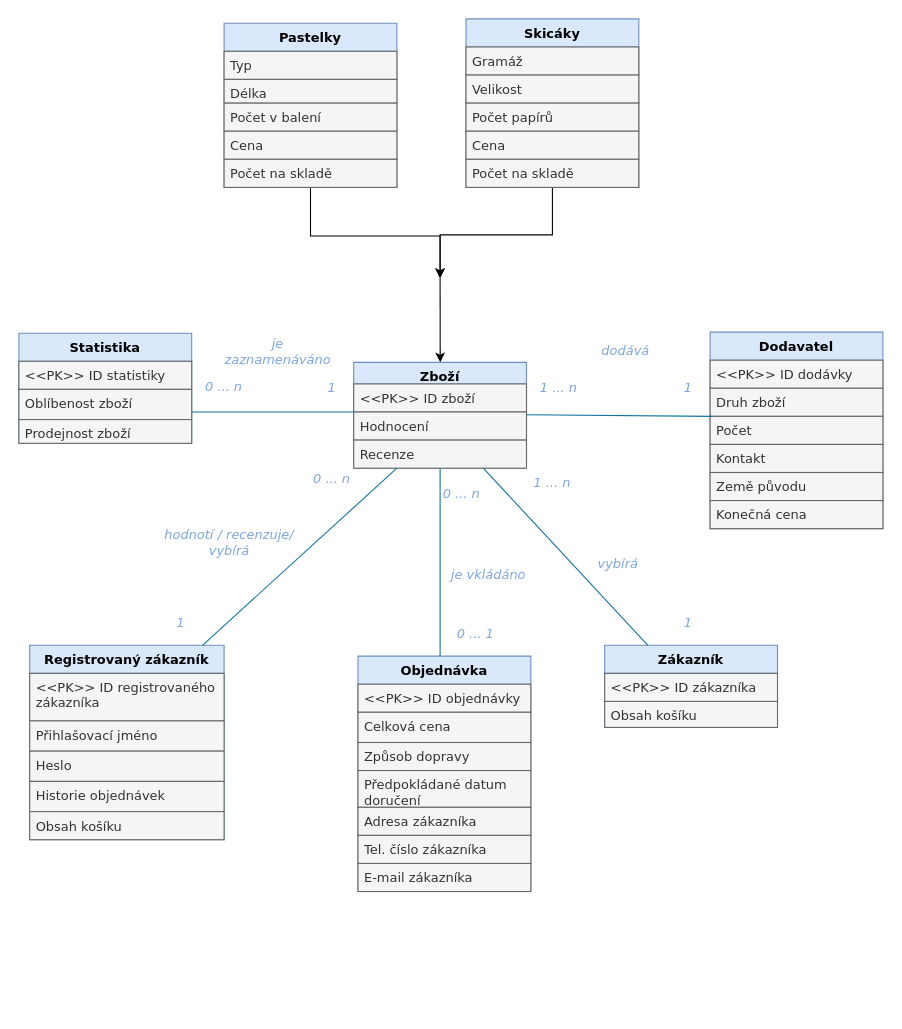
This is ERdiagram.drawio from taiyo-harenohi/IUS, a draw.io file, before an edit. Source tidied: cells renumbered, new cells numbered last; positions are measured from the earlier drawing's top-left corner, leaving out a move shared by most shapes. Both pictures are drawn from the tidied source at 108%, with x=0, y=0 at pixel (18, 18).
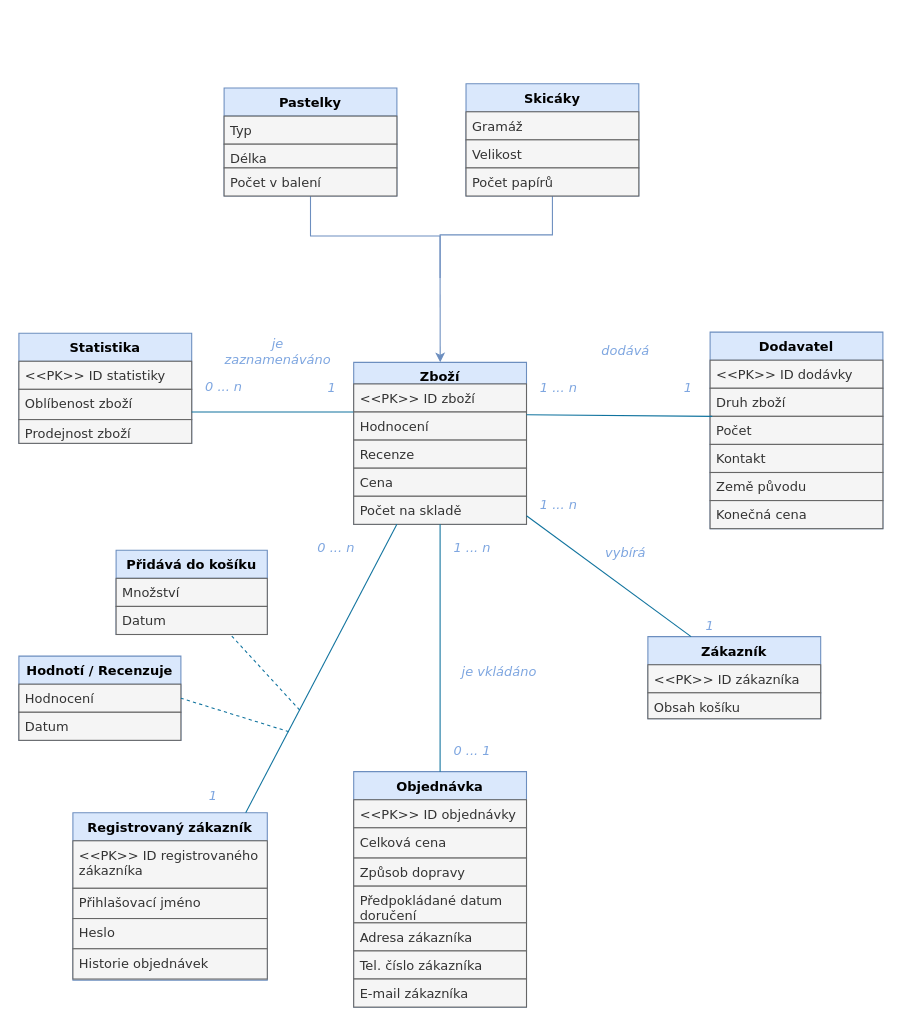
The same page after the edit.

Change to the diagram source:
```diff
@@
     <mxCell id="2" value="Zboží" style="swimlane;fontStyle=1;align=center;verticalAlign=top;horizontal=1;startSize=20;rounded=0;shadow=0;strokeWidth=1;fillColor=#dae8fc;strokeColor=#6c8ebf;fontFamily=Verdana;" parent="1" vertex="1">
-      <mxGeometry x="310" y="318" width="160" height="98" as="geometry" />
+      <mxGeometry x="310" y="318" width="160" height="150" as="geometry" />
     </mxCell>
@@
+    <mxCell id="11" value="Cena" style="text;align=left;verticalAlign=top;spacingLeft=4;spacingRight=4;overflow=hidden;fillColor=#f5f5f5;strokeColor=#666666;fontColor=#333333;fontFamily=Verdana;" parent="2" vertex="1">
+      <mxGeometry y="98" width="160" height="26" as="geometry" />
+    </mxCell>
+    <mxCell id="12" value="Počet na skladě" style="text;align=left;verticalAlign=top;spacingLeft=4;spacingRight=4;overflow=hidden;fillColor=#f5f5f5;strokeColor=#666666;fontColor=#333333;fontFamily=Verdana;" parent="2" vertex="1">
+      <mxGeometry y="124" width="160" height="26" as="geometry" />
+    </mxCell>
-    <mxCell id="6" style="edgeStyle=orthogonalEdgeStyle;rounded=0;jettySize=auto;html=1;exitX=0.5;exitY=1;exitDx=0;exitDy=0;" parent="1" edge="1" source="7">
+    <mxCell id="6" style="edgeStyle=orthogonalEdgeStyle;rounded=0;jettySize=auto;html=1;exitX=0.5;exitY=1;exitDx=0;exitDy=0;fillColor=#dae8fc;strokeColor=#6c8ebf;endArrow=none;endFill=0;" parent="1" edge="1" source="7">
       <mxGeometry relative="1" as="geometry">
         <mxPoint x="390" y="240" as="targetPoint" />
         <Array as="points">
           <mxPoint x="270" y="201" />
           <mxPoint x="390" y="201" />
         </Array>
       </mxGeometry>
     </mxCell>
     <mxCell id="7" value="Pastelky" style="swimlane;fontStyle=1;align=center;verticalAlign=top;horizontal=1;startSize=26;rounded=0;shadow=0;strokeWidth=1;fillColor=#dae8fc;strokeColor=#6c8ebf;fontFamily=Verdana;" parent="1" vertex="1">
-      <mxGeometry x="190" y="4" width="160" height="152" as="geometry" />
+      <mxGeometry x="190" y="64" width="160" height="100" as="geometry" />
     </mxCell>
@@
-    <mxCell id="11" value="Cena" style="text;align=left;verticalAlign=top;spacingLeft=4;spacingRight=4;overflow=hidden;fillColor=#f5f5f5;strokeColor=#666666;fontColor=#333333;fontFamily=Verdana;" parent="7" vertex="1">
-      <mxGeometry y="100" width="160" height="26" as="geometry" />
-    </mxCell>
-    <mxCell id="12" value="Počet na skladě" style="text;align=left;verticalAlign=top;spacingLeft=4;spacingRight=4;overflow=hidden;fillColor=#f5f5f5;strokeColor=#666666;fontColor=#333333;fontFamily=Verdana;" parent="7" vertex="1">
-      <mxGeometry y="126" width="160" height="26" as="geometry" />
-    </mxCell>
-    <mxCell id="13" style="edgeStyle=orthogonalEdgeStyle;rounded=0;jettySize=auto;html=1;exitX=0.5;exitY=1;exitDx=0;exitDy=0;" parent="1" edge="1" source="14">
+    <mxCell id="13" style="edgeStyle=orthogonalEdgeStyle;rounded=0;jettySize=auto;html=1;exitX=0.5;exitY=1;exitDx=0;exitDy=0;fillColor=#dae8fc;strokeColor=#6c8ebf;startArrow=none;startFill=0;endArrow=none;endFill=0;" parent="1" edge="1" source="14">
       <mxGeometry relative="1" as="geometry">
         <mxPoint x="390" y="240" as="targetPoint" />
         <Array as="points">
           <mxPoint x="494" y="200" />
           <mxPoint x="390" y="200" />
         </Array>
       </mxGeometry>
     </mxCell>
     <mxCell id="14" value="Skicáky" style="swimlane;fontStyle=1;align=center;verticalAlign=top;horizontal=1;startSize=26;rounded=0;shadow=0;strokeWidth=1;fillColor=#dae8fc;strokeColor=#6c8ebf;fontFamily=Verdana;" parent="1" vertex="1">
-      <mxGeometry x="414" width="160" height="156" as="geometry" />
+      <mxGeometry x="414" y="60" width="160" height="104" as="geometry" />
     </mxCell>
@@
-    <mxCell id="18" value="Cena" style="text;align=left;verticalAlign=top;spacingLeft=4;spacingRight=4;overflow=hidden;fillColor=#f5f5f5;strokeColor=#666666;fontColor=#333333;fontFamily=Verdana;" parent="14" vertex="1">
-      <mxGeometry y="104" width="160" height="26" as="geometry" />
-    </mxCell>
-    <mxCell id="19" value="Počet na skladě" style="text;align=left;verticalAlign=top;spacingLeft=4;spacingRight=4;overflow=hidden;fillColor=#f5f5f5;strokeColor=#666666;fontColor=#333333;fontFamily=Verdana;" parent="14" vertex="1">
-      <mxGeometry y="130" width="160" height="26" as="geometry" />
-    </mxCell>
@@
     <mxCell id="37" value="1 ... n" style="text;html=1;strokeColor=none;fillColor=none;align=center;verticalAlign=middle;whiteSpace=wrap;rounded=0;fontFamily=Verdana;fontColor=#7EA6E0;fontStyle=2;" parent="1" vertex="1">
-      <mxGeometry x="474" y="420" width="40" height="20" as="geometry" />
+      <mxGeometry x="480" y="440" width="40" height="20" as="geometry" />
     </mxCell>
     <mxCell id="38" value="Registrovaný zákazník" style="swimlane;fontStyle=1;align=center;verticalAlign=top;horizontal=1;startSize=26;rounded=0;shadow=0;strokeWidth=1;fillColor=#dae8fc;strokeColor=#6c8ebf;fontFamily=Verdana;" parent="1" vertex="1">
-      <mxGeometry x="10" y="580" width="180" height="180" as="geometry" />
+      <mxGeometry x="50" y="735" width="180" height="155" as="geometry" />
     </mxCell>
@@
-    <mxCell id="43" value="Obsah košíku" style="text;align=left;verticalAlign=top;spacingLeft=4;spacingRight=4;overflow=hidden;fillColor=#f5f5f5;strokeColor=#666666;fontColor=#333333;fontFamily=Verdana;" parent="38" vertex="1">
-      <mxGeometry y="154" width="180" height="26" as="geometry" />
-    </mxCell>
     <mxCell id="44" value="Objednávka" style="swimlane;fontStyle=1;align=center;verticalAlign=top;horizontal=1;startSize=26;rounded=0;shadow=0;strokeWidth=1;fillColor=#dae8fc;strokeColor=#6c8ebf;fontFamily=Verdana;" parent="1" vertex="1">
-      <mxGeometry x="314" y="590" width="160" height="218" as="geometry" />
+      <mxGeometry x="310" y="697" width="160" height="218" as="geometry" />
     </mxCell>
@@
     <mxCell id="53" value="1" style="text;html=1;strokeColor=none;fillColor=none;align=center;verticalAlign=middle;whiteSpace=wrap;rounded=0;fontFamily=Verdana;fontColor=#7EA6E0;fontStyle=2;" parent="1" vertex="1">
-      <mxGeometry x="130" y="550" width="40" height="20" as="geometry" />
+      <mxGeometry x="160" y="710" width="40" height="20" as="geometry" />
     </mxCell>
-    <mxCell id="54" value="hodnotí / recenzuje/&lt;br&gt;vybírá" style="text;html=1;strokeColor=none;fillColor=none;align=center;verticalAlign=middle;whiteSpace=wrap;rounded=0;fontFamily=Verdana;fontColor=#7EA6E0;fontStyle=2;" parent="1" vertex="1">
-      <mxGeometry x="130" y="470" width="130" height="30" as="geometry" />
-    </mxCell>
     <mxCell id="55" value="0 ... n" style="text;html=1;strokeColor=none;fillColor=none;align=center;verticalAlign=middle;whiteSpace=wrap;rounded=0;fontFamily=Verdana;fontColor=#7EA6E0;fontStyle=2;" parent="1" vertex="1">
-      <mxGeometry x="270" y="416" width="40" height="20" as="geometry" />
+      <mxGeometry x="274" y="480" width="40" height="20" as="geometry" />
     </mxCell>
@@
-    <mxCell id="58" style="endArrow=classic;html=1;entryX=0.438;entryY=0;entryDx=0;entryDy=0;entryPerimeter=0;" parent="1" edge="1">
+    <mxCell id="58" style="endArrow=classic;html=1;entryX=0.438;entryY=0;entryDx=0;entryDy=0;entryPerimeter=0;fillColor=#dae8fc;strokeColor=#6c8ebf;" parent="1" edge="1">
       <mxGeometry relative="1" as="geometry">
         <mxPoint x="390" y="240" as="sourcePoint" />
         <mxPoint x="390.1" y="318" as="targetPoint" />
       </mxGeometry>
     </mxCell>
     <mxCell id="59" value="Zákazník" style="swimlane;fontStyle=1;align=center;verticalAlign=top;horizontal=1;startSize=26;rounded=0;shadow=0;strokeWidth=1;fillColor=#dae8fc;strokeColor=#6c8ebf;fontFamily=Verdana;" parent="1" vertex="1">
-      <mxGeometry x="542.4" y="580" width="160" height="76" as="geometry" />
+      <mxGeometry x="582.4" y="572" width="160" height="76" as="geometry" />
     </mxCell>
@@
-    <mxCell id="63" style="endArrow=none;html=1;fontFamily=Verdana;fillColor=#b1ddf0;strokeColor=#10739e;entryX=0.75;entryY=1;entryDx=0;entryDy=0;exitX=0.25;exitY=0;exitDx=0;exitDy=0;" parent="1" edge="1" source="59" target="2">
-      <mxGeometry relative="1" as="geometry" />
+    <mxCell id="63" style="endArrow=none;html=1;fontFamily=Verdana;fillColor=#b1ddf0;strokeColor=#10739e;entryX=0.75;entryY=1;entryDx=0;entryDy=0;exitX=0.25;exitY=0;exitDx=0;exitDy=0;" parent="1" edge="1" source="59">
+      <mxGeometry relative="1" as="geometry">
+        <mxPoint x="470" y="460" as="targetPoint" />
+      </mxGeometry>
     </mxCell>
-    <mxCell id="64" style="endArrow=none;html=1;fontFamily=Verdana;fillColor=#b1ddf0;strokeColor=#10739e;entryX=0.5;entryY=0;entryDx=0;entryDy=0;exitX=0.5;exitY=1;exitDx=0;exitDy=0;" parent="1" edge="1" source="2">
-      <mxGeometry relative="1" as="geometry">
-        <mxPoint x="390" y="590" as="targetPoint" />
-      </mxGeometry>
+    <mxCell id="64" style="endArrow=none;html=1;fontFamily=Verdana;fillColor=#b1ddf0;strokeColor=#10739e;entryX=0.5;entryY=0;entryDx=0;entryDy=0;exitX=0.5;exitY=1;exitDx=0;exitDy=0;" parent="1" edge="1" source="2" target="44">
+      <mxGeometry relative="1" as="geometry" />
     </mxCell>
     <mxCell id="65" value="vybírá" style="text;html=1;strokeColor=none;fillColor=none;align=center;verticalAlign=middle;whiteSpace=wrap;rounded=0;fontFamily=Verdana;fontColor=#7EA6E0;fontStyle=2;" parent="1" vertex="1">
-      <mxGeometry x="490" y="490" width="130" height="30" as="geometry" />
+      <mxGeometry x="497.4" y="480" width="130" height="30" as="geometry" />
     </mxCell>
     <mxCell id="66" value="1" style="text;html=1;strokeColor=none;fillColor=none;align=center;verticalAlign=middle;whiteSpace=wrap;rounded=0;fontFamily=Verdana;fontColor=#7EA6E0;fontStyle=2;" parent="1" vertex="1">
-      <mxGeometry x="600" y="550" width="40" height="20" as="geometry" />
+      <mxGeometry x="620" y="552" width="40" height="20" as="geometry" />
     </mxCell>
-    <mxCell id="67" value="0 ... n" style="text;html=1;strokeColor=none;fillColor=none;align=center;verticalAlign=middle;whiteSpace=wrap;rounded=0;fontFamily=Verdana;fontColor=#7EA6E0;fontStyle=2;" parent="1" vertex="1">
-      <mxGeometry x="390" y="430" width="40" height="20" as="geometry" />
+    <mxCell id="67" value="1 ... n" style="text;html=1;strokeColor=none;fillColor=none;align=center;verticalAlign=middle;whiteSpace=wrap;rounded=0;fontFamily=Verdana;fontColor=#7EA6E0;fontStyle=2;" parent="1" vertex="1">
+      <mxGeometry x="400" y="480" width="40" height="20" as="geometry" />
     </mxCell>
     <mxCell id="68" value="0 ... 1" style="text;html=1;strokeColor=none;fillColor=none;align=center;verticalAlign=middle;whiteSpace=wrap;rounded=0;fontFamily=Verdana;fontColor=#7EA6E0;fontStyle=2;" parent="1" vertex="1">
-      <mxGeometry x="403" y="560" width="40" height="20" as="geometry" />
+      <mxGeometry x="400" y="668" width="40" height="20" as="geometry" />
     </mxCell>
     <mxCell id="69" value="je vkládáno" style="text;html=1;strokeColor=none;fillColor=none;align=center;verticalAlign=middle;whiteSpace=wrap;rounded=0;fontFamily=Verdana;fontColor=#7EA6E0;fontStyle=2;" parent="1" vertex="1">
-      <mxGeometry x="370" y="500" width="130" height="30" as="geometry" />
+      <mxGeometry x="380" y="590" width="130" height="30" as="geometry" />
     </mxCell>
+    <mxCell id="70" value="Přidává do košíku" style="swimlane;fontStyle=1;align=center;verticalAlign=top;horizontal=1;startSize=26;rounded=0;shadow=0;strokeWidth=1;fillColor=#dae8fc;strokeColor=#6c8ebf;fontFamily=Verdana;" parent="1" vertex="1">
+      <mxGeometry x="90" y="492" width="140" height="78" as="geometry" />
+    </mxCell>
+    <mxCell id="71" value="Množství" style="text;align=left;verticalAlign=top;spacingLeft=4;spacingRight=4;overflow=hidden;fillColor=#f5f5f5;strokeColor=#666666;fontColor=#333333;fontFamily=Verdana;" parent="70" vertex="1">
+      <mxGeometry y="26" width="140" height="26" as="geometry" />
+    </mxCell>
+    <mxCell id="72" value="Datum" style="text;align=left;verticalAlign=top;spacingLeft=4;spacingRight=4;overflow=hidden;fillColor=#f5f5f5;strokeColor=#666666;fontColor=#333333;fontFamily=Verdana;" parent="70" vertex="1">
+      <mxGeometry y="52" width="140" height="26" as="geometry" />
+    </mxCell>
+    <mxCell id="73" style="endArrow=none;html=1;fontFamily=Verdana;fillColor=#b1ddf0;strokeColor=#10739e;dashed=1;" parent="1" edge="1" target="70">
+      <mxGeometry relative="1" as="geometry">
+        <mxPoint x="260" y="640" as="sourcePoint" />
+      </mxGeometry>
+    </mxCell>
+    <mxCell id="74" value="Hodnotí / Recenzuje" style="swimlane;fontStyle=1;align=center;verticalAlign=top;horizontal=1;startSize=26;rounded=0;shadow=0;strokeWidth=1;fillColor=#dae8fc;strokeColor=#6c8ebf;fontFamily=Verdana;" parent="1" vertex="1">
+      <mxGeometry y="590" width="150" height="78" as="geometry" />
+    </mxCell>
+    <mxCell id="75" value="Hodnocení" style="text;align=left;verticalAlign=top;spacingLeft=4;spacingRight=4;overflow=hidden;fillColor=#f5f5f5;strokeColor=#666666;fontColor=#333333;fontFamily=Verdana;" parent="74" vertex="1">
+      <mxGeometry y="26" width="150" height="26" as="geometry" />
+    </mxCell>
+    <mxCell id="76" value="Datum" style="text;align=left;verticalAlign=top;spacingLeft=4;spacingRight=4;overflow=hidden;fillColor=#f5f5f5;strokeColor=#666666;fontColor=#333333;fontFamily=Verdana;" parent="74" vertex="1">
+      <mxGeometry y="52" width="150" height="26" as="geometry" />
+    </mxCell>
+    <mxCell id="77" style="endArrow=none;html=1;fontFamily=Verdana;fillColor=#b1ddf0;strokeColor=#10739e;dashed=1;entryX=1;entryY=0.5;entryDx=0;entryDy=0;" parent="1" edge="1" target="74">
+      <mxGeometry relative="1" as="geometry">
+        <mxPoint x="250" y="660" as="sourcePoint" />
+      </mxGeometry>
+    </mxCell>
```
